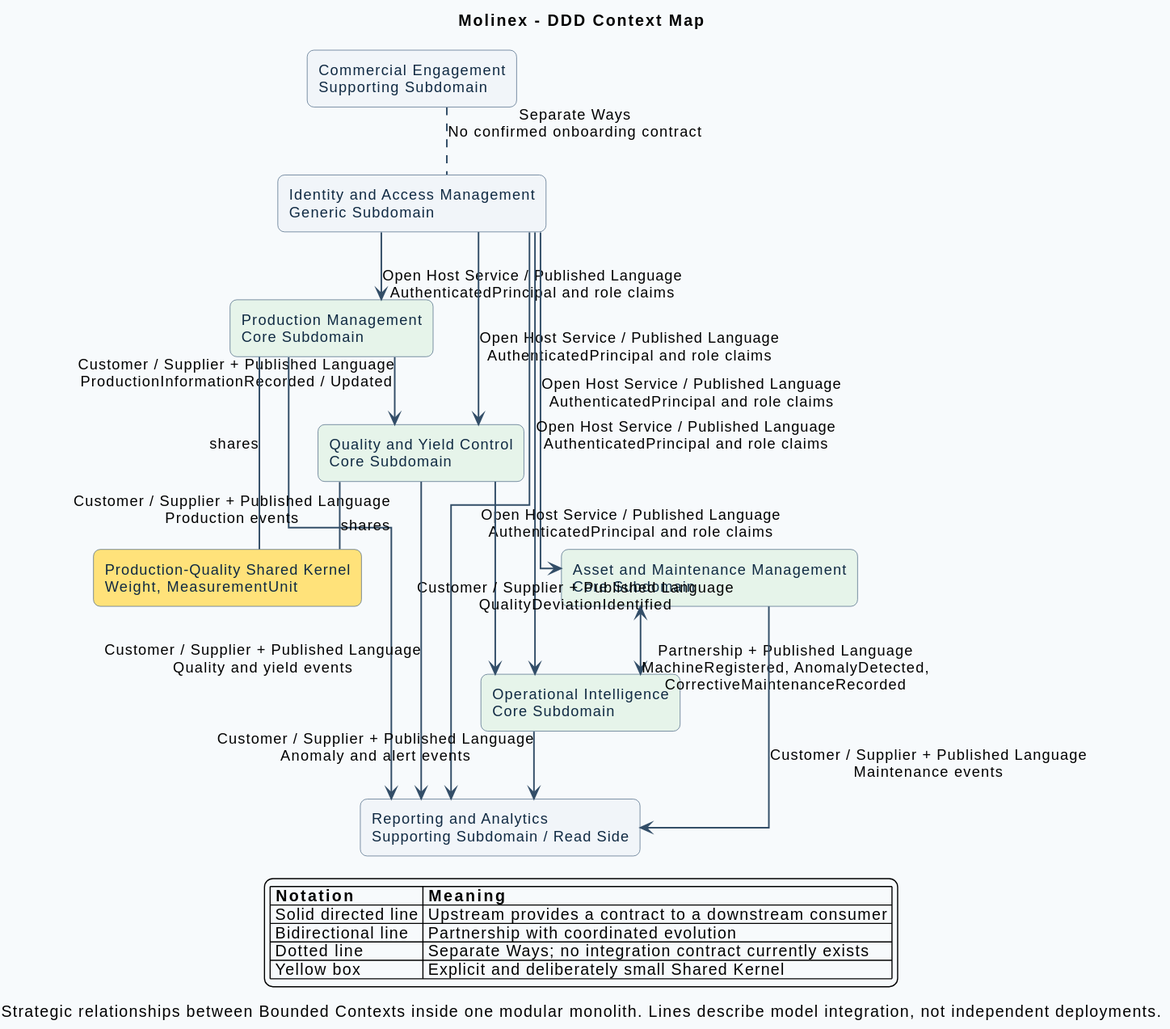
This is assets/Images Chapter 4/Domain-Driven Software Architecture/context-map.svg from Vanguard-open-source/molinex-report, a PlantUML export, as it was before one commit. The source it was exported from:
```plantuml
@startuml
skinparam backgroundColor #F7FAFC
skinparam defaultFontName Arial
skinparam defaultFontSize 13
skinparam shadowing false
skinparam linetype ortho
skinparam ArrowColor #334E68
skinparam ArrowThickness 1.4
skinparam RectangleBorderColor #486581
skinparam RectangleFontColor #102A43
skinparam rectangle {
  RoundCorner 12
  Padding 12
}

title Molinex - DDD Context Map
caption Strategic relationships between Bounded Contexts inside one modular monolith. Lines describe model integration, not independent deployments.

top to bottom direction

rectangle "Commercial Engagement\nSupporting Subdomain" as commercial #F1F5F9
rectangle "Identity and Access Management\nGeneric Subdomain" as iam #F1F5F9
rectangle "Production Management\nCore Subdomain" as production #E6F4EA
rectangle "Quality and Yield Control\nCore Subdomain" as quality #E6F4EA
rectangle "Asset and Maintenance Management\nCore Subdomain" as maintenance #E6F4EA
rectangle "Operational Intelligence\nCore Subdomain" as intelligence #E6F4EA
rectangle "Reporting and Analytics\nSupporting Subdomain / Read Side" as reporting #F1F5F9
rectangle "Production-Quality Shared Kernel\nWeight, MeasurementUnit" as shared_kernel #FFE27A

commercial .. iam : Separate Ways\nNo confirmed onboarding contract

iam --> production : Open Host Service / Published Language\nAuthenticatedPrincipal and role claims
iam --> quality : Open Host Service / Published Language\nAuthenticatedPrincipal and role claims
iam --> maintenance : Open Host Service / Published Language\nAuthenticatedPrincipal and role claims
iam --> intelligence : Open Host Service / Published Language\nAuthenticatedPrincipal and role claims
iam --> reporting : Open Host Service / Published Language\nAuthenticatedPrincipal and role claims

production --> quality : Customer / Supplier + Published Language\nProductionInformationRecorded / Updated
quality --> intelligence : Customer / Supplier + Published Language\nQualityDeviationIdentified
maintenance <--> intelligence : Partnership + Published Language\nMachineRegistered, AnomalyDetected,\nCorrectiveMaintenanceRecorded

production --> reporting : Customer / Supplier + Published Language\nProduction events
quality --> reporting : Customer / Supplier + Published Language\nQuality and yield events
maintenance --> reporting : Customer / Supplier + Published Language\nMaintenance events
intelligence --> reporting : Customer / Supplier + Published Language\nAnomaly and alert events

production -- shared_kernel : shares
quality -- shared_kernel : shares

commercial -[hidden]right-> iam
iam -[hidden]right-> production
production -[hidden]right-> quality
quality -[hidden]down-> maintenance
maintenance -[hidden]right-> intelligence
intelligence -[hidden]down-> reporting

legend bottom
|= Notation |= Meaning |
| Solid directed line | Upstream provides a contract to a downstream consumer |
| Bidirectional line | Partnership with coordinated evolution |
| Dotted line | Separate Ways; no integration contract currently exists |
| Yellow box | Explicit and deliberately small Shared Kernel |
endlegend
@enduml
```
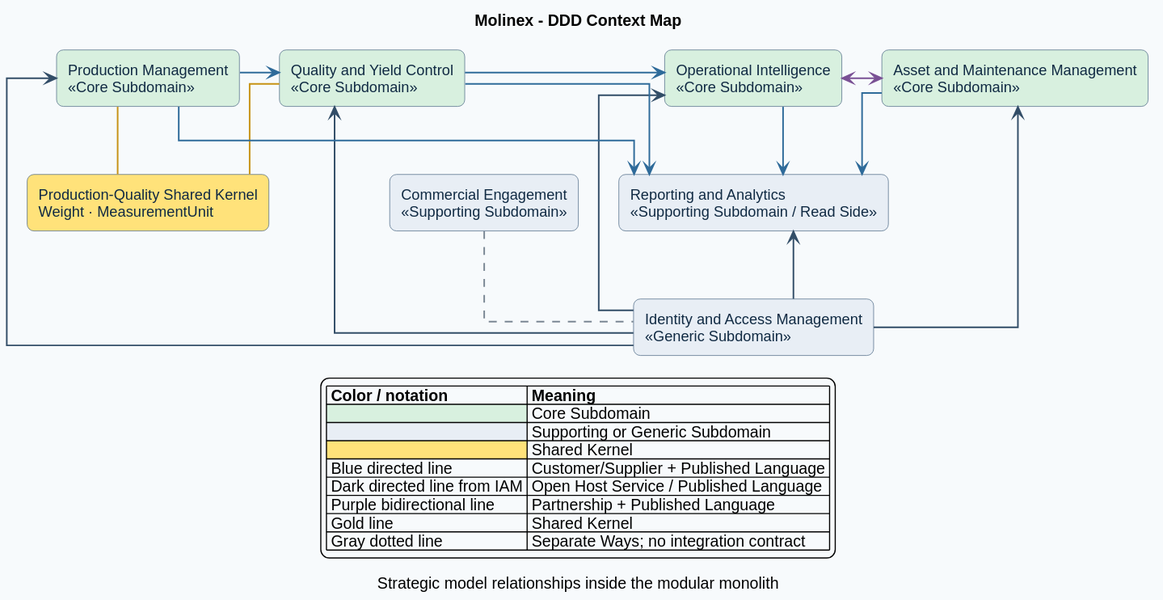
The same diagram one commit later.

Commit message:
docs(architecture): simplify bounded context map

The edit, as a diff of the source:
```diff
@@ -14,51 +14,58 @@
 }
 
 title Molinex - DDD Context Map
-caption Strategic relationships between Bounded Contexts inside one modular monolith. Lines describe model integration, not independent deployments.
+caption Strategic model relationships inside the modular monolith
 
 top to bottom direction
 
-rectangle "Commercial Engagement\nSupporting Subdomain" as commercial #F1F5F9
-rectangle "Identity and Access Management\nGeneric Subdomain" as iam #F1F5F9
-rectangle "Production Management\nCore Subdomain" as production #E6F4EA
-rectangle "Quality and Yield Control\nCore Subdomain" as quality #E6F4EA
-rectangle "Asset and Maintenance Management\nCore Subdomain" as maintenance #E6F4EA
-rectangle "Operational Intelligence\nCore Subdomain" as intelligence #E6F4EA
-rectangle "Reporting and Analytics\nSupporting Subdomain / Read Side" as reporting #F1F5F9
-rectangle "Production-Quality Shared Kernel\nWeight, MeasurementUnit" as shared_kernel #FFE27A
+rectangle "Production Management\n<<Core Subdomain>>" as production #D8F0DF
+rectangle "Quality and Yield Control\n<<Core Subdomain>>" as quality #D8F0DF
+rectangle "Operational Intelligence\n<<Core Subdomain>>" as intelligence #D8F0DF
+rectangle "Asset and Maintenance Management\n<<Core Subdomain>>" as maintenance #D8F0DF
 
-commercial .. iam : Separate Ways\nNo confirmed onboarding contract
+rectangle "Production-Quality Shared Kernel\nWeight · MeasurementUnit" as shared_kernel #FFE27A
+rectangle "Commercial Engagement\n<<Supporting Subdomain>>" as commercial #E8EEF5
+rectangle "Reporting and Analytics\n<<Supporting Subdomain / Read Side>>" as reporting #E8EEF5
+rectangle "Identity and Access Management\n<<Generic Subdomain>>" as iam #E8EEF5
 
-iam --> production : Open Host Service / Published Language\nAuthenticatedPrincipal and role claims
-iam --> quality : Open Host Service / Published Language\nAuthenticatedPrincipal and role claims
-iam --> maintenance : Open Host Service / Published Language\nAuthenticatedPrincipal and role claims
-iam --> intelligence : Open Host Service / Published Language\nAuthenticatedPrincipal and role claims
-iam --> reporting : Open Host Service / Published Language\nAuthenticatedPrincipal and role claims
+production -[#2F6B9A]right-> quality
+quality -[#2F6B9A]right-> intelligence
+intelligence <-[#7A5195]right-> maintenance
 
-production --> quality : Customer / Supplier + Published Language\nProductionInformationRecorded / Updated
-quality --> intelligence : Customer / Supplier + Published Language\nQualityDeviationIdentified
-maintenance <--> intelligence : Partnership + Published Language\nMachineRegistered, AnomalyDetected,\nCorrectiveMaintenanceRecorded
+production -[#C69214]down- shared_kernel
+quality -[#C69214]down- shared_kernel
 
-production --> reporting : Customer / Supplier + Published Language\nProduction events
-quality --> reporting : Customer / Supplier + Published Language\nQuality and yield events
-maintenance --> reporting : Customer / Supplier + Published Language\nMaintenance events
-intelligence --> reporting : Customer / Supplier + Published Language\nAnomaly and alert events
+iam -[#334E68]up-> production
+iam -[#334E68]up-> quality
+iam -[#334E68]up-> intelligence
+iam -[#334E68]up-> maintenance
+iam -[#334E68]up-> reporting
 
-production -- shared_kernel : shares
-quality -- shared_kernel : shares
+production -[#2F6B9A]down-> reporting
+quality -[#2F6B9A]down-> reporting
+intelligence -[#2F6B9A]down-> reporting
+maintenance -[#2F6B9A]down-> reporting
 
-commercial -[hidden]right-> iam
-iam -[hidden]right-> production
+commercial .[#7B8794]down. iam
+
 production -[hidden]right-> quality
-quality -[hidden]down-> maintenance
-maintenance -[hidden]right-> intelligence
+quality -[hidden]right-> intelligence
+intelligence -[hidden]right-> maintenance
+shared_kernel -[hidden]right-> commercial
+commercial -[hidden]right-> reporting
+quality -[hidden]down-> shared_kernel
 intelligence -[hidden]down-> reporting
+reporting -[hidden]down-> iam
 
 legend bottom
-|= Notation |= Meaning |
-| Solid directed line | Upstream provides a contract to a downstream consumer |
-| Bidirectional line | Partnership with coordinated evolution |
-| Dotted line | Separate Ways; no integration contract currently exists |
-| Yellow box | Explicit and deliberately small Shared Kernel |
+|= Color / notation |= Meaning |
+|<#D8F0DF>| Core Subdomain |
+|<#E8EEF5>| Supporting or Generic Subdomain |
+|<#FFE27A>| Shared Kernel |
+| Blue directed line | Customer/Supplier + Published Language |
+| Dark directed line from IAM | Open Host Service / Published Language |
+| Purple bidirectional line | Partnership + Published Language |
+| Gold line | Shared Kernel |
+| Gray dotted line | Separate Ways; no integration contract |
 endlegend
 @enduml
```
